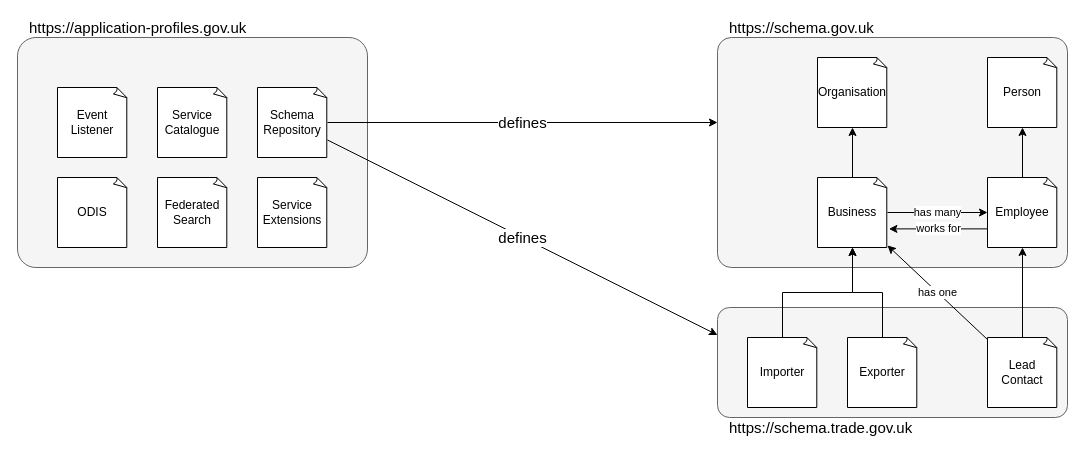
Above: page "Page-1" (1 of 2) of docs/profiles_and_entities.drawio in michalporeba/odis (draw.io), before the change. Source tidied: cells renumbered, new cells numbered last; positions are measured from the earlier drawing's top-left corner, leaving out a move shared by most shapes. Both pictures are drawn from the tidied source at 100%, with x=0, y=0 at pixel (17, 17).
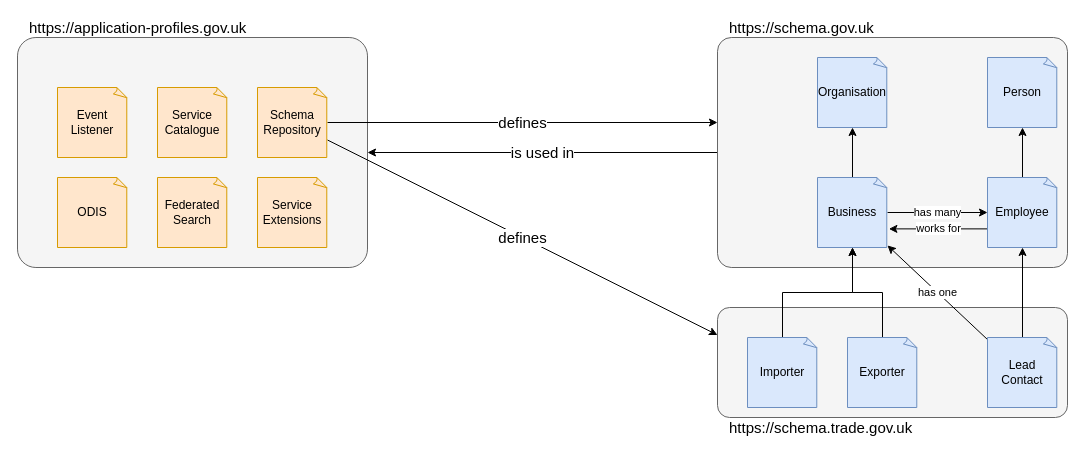
Above is the later version.

Unchanged cells that the change refers to:
```xml
<mxCell id="2" style="rounded=1;whiteSpace=wrap;html=1;arcSize=8;fillColor=#f5f5f5;fontColor=#333333;strokeColor=#666666;" parent="1" vertex="1">
  <mxGeometry y="20" width="350" height="230" as="geometry" />
</mxCell>
<mxCell id="4" style="rounded=1;whiteSpace=wrap;html=1;arcSize=6;fillColor=#f5f5f5;fontColor=#333333;strokeColor=#666666;" parent="1" vertex="1">
  <mxGeometry x="700" y="20" width="350" height="230" as="geometry" />
</mxCell>
```

What changed in the source:
```diff
@@
+    <mxCell id="31" value="is used in" style="edgeStyle=none;rounded=0;jettySize=auto;html=1;entryX=1;entryY=0.5;entryDx=0;entryDy=0;fontSize=15;" parent="1" edge="1" source="4" target="2">
+      <mxGeometry relative="1" as="geometry" />
+    </mxCell>
@@
-    <mxCell id="5" value="ODIS" style="whiteSpace=wrap;html=1;shape=mxgraph.basic.document;" parent="1" vertex="1">
+    <mxCell id="5" value="ODIS" style="whiteSpace=wrap;html=1;shape=mxgraph.basic.document;fillColor=#ffe6cc;strokeColor=#d79b00;" parent="1" vertex="1">
       <mxGeometry x="40" y="160" width="70" height="70" as="geometry" />
     </mxCell>
-    <mxCell id="6" value="Federated&lt;br&gt;Search" style="whiteSpace=wrap;html=1;shape=mxgraph.basic.document;" parent="1" vertex="1">
+    <mxCell id="6" value="Federated&lt;br&gt;Search" style="whiteSpace=wrap;html=1;shape=mxgraph.basic.document;fillColor=#ffe6cc;strokeColor=#d79b00;" parent="1" vertex="1">
       <mxGeometry x="140" y="160" width="70" height="70" as="geometry" />
     </mxCell>
-    <mxCell id="7" value="Service Extensions" style="whiteSpace=wrap;html=1;shape=mxgraph.basic.document;" parent="1" vertex="1">
+    <mxCell id="7" value="Service Extensions" style="whiteSpace=wrap;html=1;shape=mxgraph.basic.document;fillColor=#ffe6cc;strokeColor=#d79b00;" parent="1" vertex="1">
       <mxGeometry x="240" y="160" width="70" height="70" as="geometry" />
     </mxCell>
@@
-    <mxCell id="10" value="Business" style="whiteSpace=wrap;html=1;shape=mxgraph.basic.document;" parent="1" vertex="1">
+    <mxCell id="10" value="Business" style="whiteSpace=wrap;html=1;shape=mxgraph.basic.document;fillColor=#dae8fc;strokeColor=#6c8ebf;" parent="1" vertex="1">
       <mxGeometry x="800" y="160" width="70" height="70" as="geometry" />
     </mxCell>
@@
-    <mxCell id="12" value="Importer" style="whiteSpace=wrap;html=1;shape=mxgraph.basic.document;" parent="1" vertex="1">
+    <mxCell id="12" value="Importer" style="whiteSpace=wrap;html=1;shape=mxgraph.basic.document;fillColor=#dae8fc;strokeColor=#6c8ebf;" parent="1" vertex="1">
       <mxGeometry x="730" y="320" width="70" height="70" as="geometry" />
     </mxCell>
@@
-    <mxCell id="14" value="Exporter" style="whiteSpace=wrap;html=1;shape=mxgraph.basic.document;" parent="1" vertex="1">
+    <mxCell id="14" value="Exporter" style="whiteSpace=wrap;html=1;shape=mxgraph.basic.document;fillColor=#dae8fc;strokeColor=#6c8ebf;" parent="1" vertex="1">
       <mxGeometry x="830" y="320" width="70" height="70" as="geometry" />
     </mxCell>
-    <mxCell id="15" value="Organisation" style="whiteSpace=wrap;html=1;shape=mxgraph.basic.document;" parent="1" vertex="1">
+    <mxCell id="15" value="Organisation" style="whiteSpace=wrap;html=1;shape=mxgraph.basic.document;fillColor=#dae8fc;strokeColor=#6c8ebf;" parent="1" vertex="1">
       <mxGeometry x="800" y="40" width="70" height="70" as="geometry" />
     </mxCell>
-    <mxCell id="16" value="Person" style="whiteSpace=wrap;html=1;shape=mxgraph.basic.document;" parent="1" vertex="1">
+    <mxCell id="16" value="Person" style="whiteSpace=wrap;html=1;shape=mxgraph.basic.document;fillColor=#dae8fc;strokeColor=#6c8ebf;" parent="1" vertex="1">
       <mxGeometry x="970" y="40" width="70" height="70" as="geometry" />
     </mxCell>
@@
-    <mxCell id="19" value="Employee" style="whiteSpace=wrap;html=1;shape=mxgraph.basic.document;" parent="1" vertex="1">
+    <mxCell id="19" value="Employee" style="whiteSpace=wrap;html=1;shape=mxgraph.basic.document;fillColor=#dae8fc;strokeColor=#6c8ebf;" parent="1" vertex="1">
       <mxGeometry x="970" y="160" width="70" height="70" as="geometry" />
     </mxCell>
@@
-    <mxCell id="22" value="Lead&lt;br&gt;Contact" style="whiteSpace=wrap;html=1;shape=mxgraph.basic.document;" parent="1" vertex="1">
+    <mxCell id="22" value="Lead&lt;br&gt;Contact" style="whiteSpace=wrap;html=1;shape=mxgraph.basic.document;fillColor=#dae8fc;strokeColor=#6c8ebf;" parent="1" vertex="1">
       <mxGeometry x="970" y="320" width="70" height="70" as="geometry" />
     </mxCell>
@@
-    <mxCell id="26" value="Event&lt;br&gt;Listener" style="whiteSpace=wrap;html=1;shape=mxgraph.basic.document;" parent="1" vertex="1">
+    <mxCell id="26" value="Event&lt;br&gt;Listener" style="whiteSpace=wrap;html=1;shape=mxgraph.basic.document;fillColor=#ffe6cc;strokeColor=#d79b00;" parent="1" vertex="1">
       <mxGeometry x="40" y="70" width="70" height="70" as="geometry" />
     </mxCell>
-    <mxCell id="27" value="Service Catalogue" style="whiteSpace=wrap;html=1;shape=mxgraph.basic.document;" parent="1" vertex="1">
+    <mxCell id="27" value="Service Catalogue" style="whiteSpace=wrap;html=1;shape=mxgraph.basic.document;fillColor=#ffe6cc;strokeColor=#d79b00;" parent="1" vertex="1">
       <mxGeometry x="140" y="70" width="70" height="70" as="geometry" />
     </mxCell>
@@
-    <mxCell id="30" value="Schema&lt;br&gt;Repository" style="whiteSpace=wrap;html=1;shape=mxgraph.basic.document;" parent="1" vertex="1">
+    <mxCell id="30" value="Schema&lt;br&gt;Repository" style="whiteSpace=wrap;html=1;shape=mxgraph.basic.document;fillColor=#ffe6cc;strokeColor=#d79b00;" parent="1" vertex="1">
       <mxGeometry x="240" y="70" width="70" height="70" as="geometry" />
     </mxCell>
```
